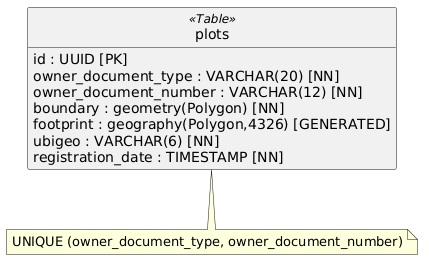
Earlier version of the PlantUML export assets/tactical_design/plots/code_level/db_diagram/schema.png (Soulware-Emergentes/report).
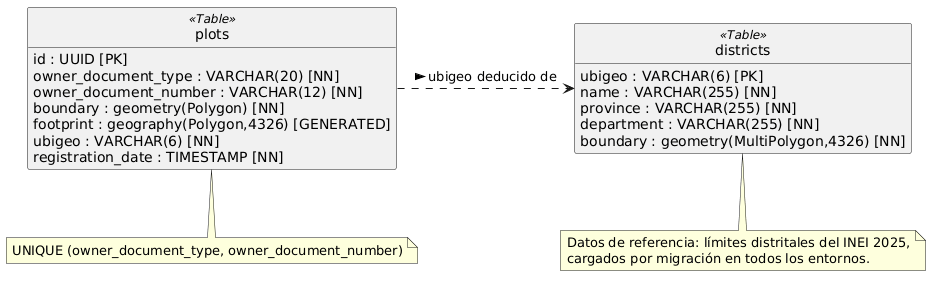
After the commit.

Diff of the diagram source:
```diff
@@ -13,7 +13,22 @@
     {field} registration_date : TIMESTAMP [NN]
 }
 
+class districts <<Table>> {
+    {field} ubigeo : VARCHAR(6) [PK]
+    {field} name : VARCHAR(255) [NN]
+    {field} province : VARCHAR(255) [NN]
+    {field} department : VARCHAR(255) [NN]
+    {field} boundary : geometry(MultiPolygon,4326) [NN]
+}
+
+plots .right.> districts : ubigeo deducido de >
+
 note bottom of plots
     UNIQUE (owner_document_type, owner_document_number)
 end note
+
+note bottom of districts
+    Datos de referencia: límites distritales del INEI 2025,
+    cargados por migración en todos los entornos.
+end note
 @enduml
```
